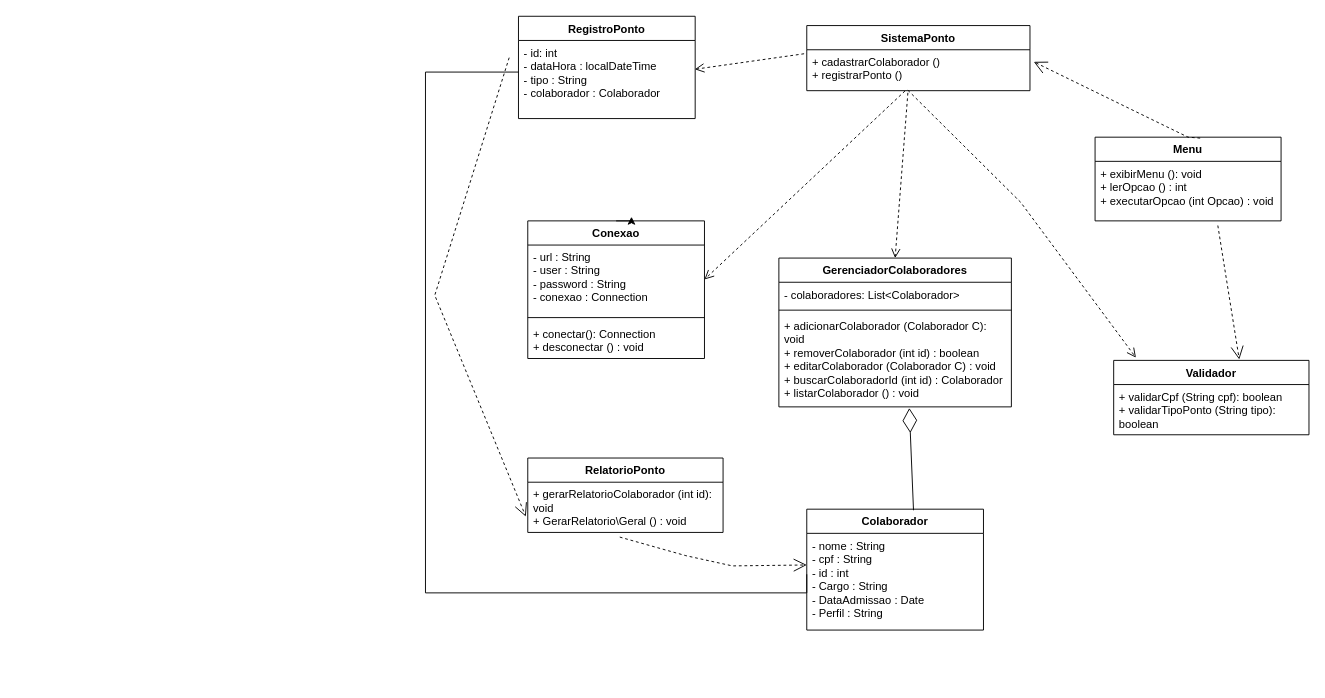
Before: Diagrama sem nome.drawio in MariaLuizaNovasky/ControleDePonto, a draw.io diagram. Source tidied: cells renumbered, new cells numbered last; positions are measured from the earlier drawing's top-left corner, leaving out a move shared by most shapes. Both pictures are drawn from the tidied source at 93%, with x=0, y=0 at pixel (425, 16).
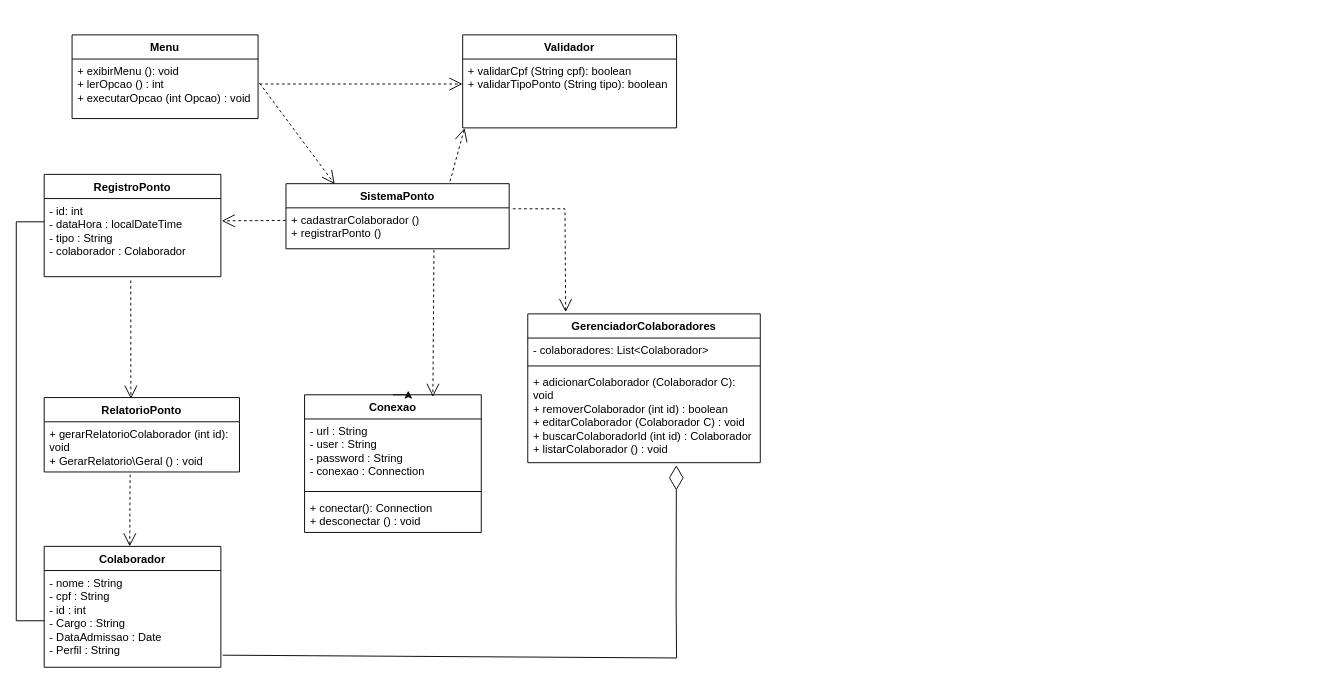
The same diagram, later.

Unchanged cells that the change refers to:
```xml
<mxCell id="3" value="- nome : String&lt;div&gt;- cpf : String&lt;/div&gt;&lt;div&gt;- id : int&lt;/div&gt;&lt;div&gt;- Cargo : String&lt;/div&gt;&lt;div&gt;- DataAdmissao : Date&lt;/div&gt;&lt;div&gt;- Perfil : String&lt;/div&gt;" style="text;strokeColor=none;fillColor=none;align=left;verticalAlign=top;spacingLeft=4;spacingRight=4;overflow=hidden;points=[[0,0.5],[1,0.5]];portConstraint=eastwest;whiteSpace=wrap;html=1;" parent="2" vertex="1">
  <mxGeometry y="26" width="190" height="104" as="geometry" />
</mxCell>
<mxCell id="5" value="- id: int&lt;div&gt;- dataHora : localDateTime&lt;/div&gt;&lt;div&gt;- tipo : String&lt;/div&gt;&lt;div&gt;- colaborador : Colaborador&lt;/div&gt;" style="text;strokeColor=none;fillColor=none;align=left;verticalAlign=top;spacingLeft=4;spacingRight=4;overflow=hidden;points=[[0,0.5],[1,0.5]];portConstraint=eastwest;whiteSpace=wrap;html=1;" parent="4" vertex="1">
  <mxGeometry y="26" width="190" height="84" as="geometry" />
</mxCell>
<mxCell id="7" value="+ cadastrarColaborador ()&lt;div&gt;+ registrarPonto ()&lt;/div&gt;&lt;div&gt;&lt;div&gt;&lt;br&gt;&lt;/div&gt;&lt;/div&gt;" style="text;strokeColor=none;fillColor=none;align=left;verticalAlign=top;spacingLeft=4;spacingRight=4;overflow=hidden;points=[[0,0.5],[1,0.5]];portConstraint=eastwest;whiteSpace=wrap;html=1;" parent="6" vertex="1">
  <mxGeometry y="26" width="240" height="44" as="geometry" />
</mxCell>
<mxCell id="9" value="- url : String&amp;nbsp;&lt;div&gt;- user : String&lt;/div&gt;&lt;div&gt;- password : String&lt;/div&gt;&lt;div&gt;- conexao : Connection&lt;/div&gt;" style="text;strokeColor=none;fillColor=none;align=left;verticalAlign=top;spacingLeft=4;spacingRight=4;overflow=hidden;points=[[0,0.5],[1,0.5]];portConstraint=eastwest;whiteSpace=wrap;html=1;" parent="8" vertex="1">
  <mxGeometry y="26" width="190" height="74" as="geometry" />
</mxCell>
<mxCell id="14" value="+ gerarRelatorioColaborador (int id): void&lt;div&gt;+ GerarRelatorio\Geral () : void&lt;/div&gt;" style="text;strokeColor=none;fillColor=none;align=left;verticalAlign=top;spacingLeft=4;spacingRight=4;overflow=hidden;points=[[0,0.5],[1,0.5]];portConstraint=eastwest;whiteSpace=wrap;html=1;" parent="13" vertex="1">
  <mxGeometry y="26" width="210" height="54" as="geometry" />
</mxCell>
<mxCell id="16" value="+ exibirMenu (): void&lt;div&gt;+ lerOpcao () : int&lt;/div&gt;&lt;div&gt;+ executarOpcao (int Opcao) : void&lt;/div&gt;&lt;div&gt;&lt;br&gt;&lt;div&gt;&lt;br&gt;&lt;/div&gt;&lt;/div&gt;" style="text;strokeColor=none;fillColor=none;align=left;verticalAlign=top;spacingLeft=4;spacingRight=4;overflow=hidden;points=[[0,0.5],[1,0.5]];portConstraint=eastwest;whiteSpace=wrap;html=1;" parent="15" vertex="1">
  <mxGeometry y="26" width="200" height="64" as="geometry" />
</mxCell>
<mxCell id="22" value="+ adicionarColaborador (Colaborador C): void&lt;div&gt;+ removerColaborador (int id) : boolean&lt;/div&gt;&lt;div&gt;+ editarColaborador (Colaborador C) : void&lt;/div&gt;&lt;div&gt;+ buscarColaboradorId (int id) : Colaborador&lt;/div&gt;&lt;div&gt;+ listarColaborador () : void&lt;/div&gt;&lt;div&gt;&lt;br&gt;&lt;/div&gt;" style="text;strokeColor=none;fillColor=none;align=left;verticalAlign=top;spacingLeft=4;spacingRight=4;overflow=hidden;points=[[0,0.5],[1,0.5]];portConstraint=eastwest;whiteSpace=wrap;html=1;" parent="19" vertex="1">
  <mxGeometry y="60" width="250" height="100" as="geometry" />
</mxCell>
```

Change to the diagram source:
```diff
@@
     <mxCell id="2" value="Colaborador" style="swimlane;fontStyle=1;align=center;verticalAlign=top;horizontal=1;startSize=26;whiteSpace=wrap;html=1;" parent="1" vertex="1">
-      <mxGeometry x="410" y="530" width="190" height="130" as="geometry" />
+      <mxGeometry x="-410" y="570" width="190" height="130" as="geometry" />
     </mxCell>
@@
     <mxCell id="4" value="RegistroPonto" style="swimlane;fontStyle=1;align=center;verticalAlign=top;horizontal=1;startSize=26;whiteSpace=wrap;html=1;" parent="1" vertex="1">
-      <mxGeometry x="100" width="190" height="110" as="geometry" />
+      <mxGeometry x="-410" y="170" width="190" height="110" as="geometry" />
     </mxCell>
@@
     <mxCell id="6" value="SistemaPonto" style="swimlane;fontStyle=1;align=center;verticalAlign=top;horizontal=1;startSize=26;whiteSpace=wrap;html=1;" parent="1" vertex="1">
-      <mxGeometry x="410" y="10" width="240" height="70" as="geometry" />
+      <mxGeometry x="-150" y="180" width="240" height="70" as="geometry" />
     </mxCell>
@@
     <mxCell id="8" value="Conexao" style="swimlane;fontStyle=1;align=center;verticalAlign=top;horizontal=1;startSize=26;whiteSpace=wrap;html=1;" parent="1" vertex="1">
-      <mxGeometry x="110" y="220" width="190" height="148" as="geometry" />
+      <mxGeometry x="-130" y="407" width="190" height="148" as="geometry" />
     </mxCell>
@@
     <mxCell id="13" value="RelatorioPonto" style="swimlane;fontStyle=1;align=center;verticalAlign=top;horizontal=1;startSize=26;whiteSpace=wrap;html=1;" parent="1" vertex="1">
-      <mxGeometry x="110" y="475" width="210" height="80" as="geometry" />
+      <mxGeometry x="-410" y="410" width="210" height="80" as="geometry" />
     </mxCell>
@@
     <mxCell id="15" value="Menu" style="swimlane;fontStyle=1;align=center;verticalAlign=top;horizontal=1;startSize=26;whiteSpace=wrap;html=1;" parent="1" vertex="1">
-      <mxGeometry x="720" y="130" width="200" height="90" as="geometry" />
+      <mxGeometry x="-380" y="20" width="200" height="90" as="geometry" />
     </mxCell>
@@
     <mxCell id="17" value="Validador" style="swimlane;fontStyle=1;align=center;verticalAlign=top;horizontal=1;startSize=26;whiteSpace=wrap;html=1;" parent="1" vertex="1">
-      <mxGeometry x="740" y="370" width="210" height="80" as="geometry" />
+      <mxGeometry x="40" y="20" width="230" height="100" as="geometry" />
     </mxCell>
     <mxCell id="18" value="+ validarCpf (String cpf): boolean&lt;div&gt;+ validarTipoPonto (String tipo): boolean&lt;/div&gt;&lt;div&gt;&lt;div&gt;&lt;br&gt;&lt;/div&gt;&lt;/div&gt;" style="text;strokeColor=none;fillColor=none;align=left;verticalAlign=top;spacingLeft=4;spacingRight=4;overflow=hidden;points=[[0,0.5],[1,0.5]];portConstraint=eastwest;whiteSpace=wrap;html=1;" parent="17" vertex="1">
-      <mxGeometry y="26" width="210" height="54" as="geometry" />
+      <mxGeometry y="26" width="230" height="74" as="geometry" />
     </mxCell>
     <mxCell id="19" value="GerenciadorColaboradores" style="swimlane;fontStyle=1;align=center;verticalAlign=top;horizontal=1;startSize=26;whiteSpace=wrap;html=1;" parent="1" vertex="1">
-      <mxGeometry x="380" y="260" width="250" height="160" as="geometry" />
+      <mxGeometry x="110" y="320" width="250" height="160" as="geometry" />
     </mxCell>
@@
-    <mxCell id="24" style="html=1;verticalAlign=bottom;endArrow=open;dashed=1;endSize=8;curved=0;rounded=0;entryX=0.5;entryY=0;entryDx=0;entryDy=0;exitX=0.453;exitY=1.052;exitDx=0;exitDy=0;exitPerimeter=0;" parent="1" edge="1" source="7" target="19">
-      <mxGeometry x="0.3" y="-36" relative="1" as="geometry" />
-    </mxCell>
-    <mxCell id="25" style="html=1;verticalAlign=bottom;endArrow=open;dashed=1;endSize=8;curved=0;rounded=0;entryX=0.998;entryY=0.369;entryDx=0;entryDy=0;entryPerimeter=0;exitX=-0.012;exitY=0.098;exitDx=0;exitDy=0;exitPerimeter=0;" parent="1" edge="1" source="7" target="5">
-      <mxGeometry relative="1" as="geometry" />
-    </mxCell>
-    <mxCell id="26" style="html=1;verticalAlign=bottom;endArrow=open;dashed=1;endSize=8;curved=0;rounded=0;exitX=0.44;exitY=1.008;exitDx=0;exitDy=0;exitPerimeter=0;entryX=1;entryY=0.5;entryDx=0;entryDy=0;" parent="1" edge="1" source="7" target="9">
-      <mxGeometry relative="1" as="geometry" />
-    </mxCell>
-    <mxCell id="27" style="html=1;verticalAlign=bottom;endArrow=open;dashed=1;endSize=8;curved=0;rounded=0;exitX=0.453;exitY=0.989;exitDx=0;exitDy=0;exitPerimeter=0;entryX=0.114;entryY=-0.037;entryDx=0;entryDy=0;entryPerimeter=0;" parent="1" edge="1" source="7" target="17">
-      <mxGeometry relative="1" as="geometry">
-        <Array as="points">
-          <mxPoint x="640" y="200" />
-        </Array>
-      </mxGeometry>
-    </mxCell>
-    <mxCell id="28" style="endArrow=diamondThin;endFill=0;endSize=24;html=1;rounded=0;exitX=0.604;exitY=0.009;exitDx=0;exitDy=0;exitPerimeter=0;entryX=0.561;entryY=1.012;entryDx=0;entryDy=0;entryPerimeter=0;" parent="1" edge="1" source="2" target="22">
-      <mxGeometry relative="1" as="geometry" />
-    </mxCell>
-    <mxCell id="29" style="endArrow=none;html=1;edgeStyle=orthogonalEdgeStyle;rounded=0;exitX=0;exitY=0.423;exitDx=0;exitDy=0;exitPerimeter=0;" parent="1" edge="1" source="3">
-      <mxGeometry relative="1" as="geometry">
-        <mxPoint x="100" y="60" as="targetPoint" />
-        <Array as="points">
-          <mxPoint x="410" y="620" />
-          <mxPoint y="620" />
-          <mxPoint y="60" />
-        </Array>
-      </mxGeometry>
-    </mxCell>
-    <mxCell id="30" style="endArrow=open;endSize=12;dashed=1;html=1;rounded=0;exitX=0.471;exitY=1.093;exitDx=0;exitDy=0;exitPerimeter=0;" parent="1" edge="1" source="14">
-      <mxGeometry x="-0.12" y="-61" relative="1" as="geometry">
-        <mxPoint x="410" y="590" as="targetPoint" />
-        <Array as="points">
-          <mxPoint x="280" y="580" />
-          <mxPoint x="330" y="591" />
-        </Array>
-      </mxGeometry>
-    </mxCell>
-    <mxCell id="31" style="endArrow=open;endSize=12;dashed=1;html=1;rounded=0;entryX=-0.01;entryY=0.685;entryDx=0;entryDy=0;entryPerimeter=0;" parent="1" edge="1" target="14">
-      <mxGeometry x="0.08" y="-119" relative="1" as="geometry">
-        <mxPoint x="90" y="44.5" as="sourcePoint" />
-        <Array as="points">
-          <mxPoint x="10" y="300" />
-        </Array>
-      </mxGeometry>
-    </mxCell>
-    <mxCell id="32" style="endArrow=open;endSize=12;dashed=1;html=1;rounded=0;entryX=1.017;entryY=0.295;entryDx=0;entryDy=0;entryPerimeter=0;exitX=0.565;exitY=0.011;exitDx=0;exitDy=0;exitPerimeter=0;" parent="1" edge="1" source="15" target="7">
-      <mxGeometry relative="1" as="geometry">
-        <Array as="points">
-          <mxPoint x="820" y="130" />
-        </Array>
-      </mxGeometry>
-    </mxCell>
-    <mxCell id="33" style="endArrow=open;endSize=12;dashed=1;html=1;rounded=0;entryX=0.643;entryY=-0.012;entryDx=0;entryDy=0;entryPerimeter=0;exitX=0.66;exitY=1.078;exitDx=0;exitDy=0;exitPerimeter=0;" parent="1" edge="1" source="16" target="17">
-      <mxGeometry relative="1" as="geometry" />
-    </mxCell>
+    <mxCell id="34" style="endArrow=open;endSize=12;dashed=1;html=1;rounded=0;exitX=-0.001;exitY=0.307;exitDx=0;exitDy=0;exitPerimeter=0;" parent="1" edge="1" source="7">
+      <mxGeometry relative="1" as="geometry">
+        <mxPoint x="-219" y="220" as="targetPoint" />
+      </mxGeometry>
+    </mxCell>
+    <mxCell id="35" style="endArrow=open;endSize=12;dashed=1;html=1;rounded=0;exitX=1.008;exitY=0.406;exitDx=0;exitDy=0;exitPerimeter=0;entryX=0.218;entryY=0.005;entryDx=0;entryDy=0;entryPerimeter=0;" parent="1" edge="1" source="16" target="6">
+      <mxGeometry relative="1" as="geometry" />
+    </mxCell>
+    <mxCell id="36" style="endArrow=open;endSize=12;dashed=1;html=1;rounded=0;entryX=0.163;entryY=-0.012;entryDx=0;entryDy=0;entryPerimeter=0;" parent="1" edge="1" target="19">
+      <mxGeometry relative="1" as="geometry">
+        <mxPoint x="94" y="207" as="sourcePoint" />
+        <Array as="points">
+          <mxPoint x="150" y="207" />
+        </Array>
+      </mxGeometry>
+    </mxCell>
+    <mxCell id="37" style="endArrow=open;endSize=12;dashed=1;html=1;rounded=0;exitX=0.735;exitY=-0.037;exitDx=0;exitDy=0;exitPerimeter=0;entryX=0.009;entryY=1.004;entryDx=0;entryDy=0;entryPerimeter=0;" parent="1" edge="1" source="6" target="18">
+      <mxGeometry relative="1" as="geometry" />
+    </mxCell>
+    <mxCell id="38" style="endArrow=open;endSize=12;dashed=1;html=1;rounded=0;entryX=0.726;entryY=0.015;entryDx=0;entryDy=0;entryPerimeter=0;exitX=0.663;exitY=1.027;exitDx=0;exitDy=0;exitPerimeter=0;" parent="1" edge="1" source="7" target="8">
+      <mxGeometry relative="1" as="geometry" />
+    </mxCell>
+    <mxCell id="39" style="endArrow=open;endSize=12;dashed=1;html=1;rounded=0;exitX=0.49;exitY=1.048;exitDx=0;exitDy=0;exitPerimeter=0;entryX=0.444;entryY=0.015;entryDx=0;entryDy=0;entryPerimeter=0;" parent="1" edge="1" source="5" target="13">
+      <mxGeometry relative="1" as="geometry" />
+    </mxCell>
+    <mxCell id="40" style="endArrow=diamondThin;endFill=0;endSize=24;html=1;rounded=0;entryX=0.639;entryY=1.028;entryDx=0;entryDy=0;entryPerimeter=0;" parent="1" edge="1" target="22">
+      <mxGeometry relative="1" as="geometry">
+        <mxPoint x="-218" y="687" as="sourcePoint" />
+        <Array as="points">
+          <mxPoint x="270" y="690" />
+          <mxPoint x="269.5" y="630.8" />
+        </Array>
+      </mxGeometry>
+    </mxCell>
+    <mxCell id="41" style="endArrow=open;endSize=12;dashed=1;html=1;rounded=0;exitX=0.44;exitY=1.052;exitDx=0;exitDy=0;exitPerimeter=0;" parent="1" edge="1" source="14">
+      <mxGeometry relative="1" as="geometry">
+        <mxPoint x="-318" y="570" as="targetPoint" />
+      </mxGeometry>
+    </mxCell>
+    <mxCell id="42" style="endArrow=open;endSize=12;dashed=1;html=1;rounded=0;exitX=1.008;exitY=0.419;exitDx=0;exitDy=0;exitPerimeter=0;entryX=-0.001;entryY=0.363;entryDx=0;entryDy=0;entryPerimeter=0;" parent="1" edge="1" source="16" target="18">
+      <mxGeometry relative="1" as="geometry" />
+    </mxCell>
+    <mxCell id="43" style="endArrow=none;html=1;edgeStyle=orthogonalEdgeStyle;rounded=0;exitX=0;exitY=0.519;exitDx=0;exitDy=0;exitPerimeter=0;" parent="1" edge="1" source="3">
+      <mxGeometry relative="1" as="geometry">
+        <mxPoint x="-410" y="221" as="targetPoint" />
+        <Array as="points">
+          <mxPoint x="-440" y="650" />
+          <mxPoint x="-440" y="221" />
+        </Array>
+      </mxGeometry>
+    </mxCell>
```
